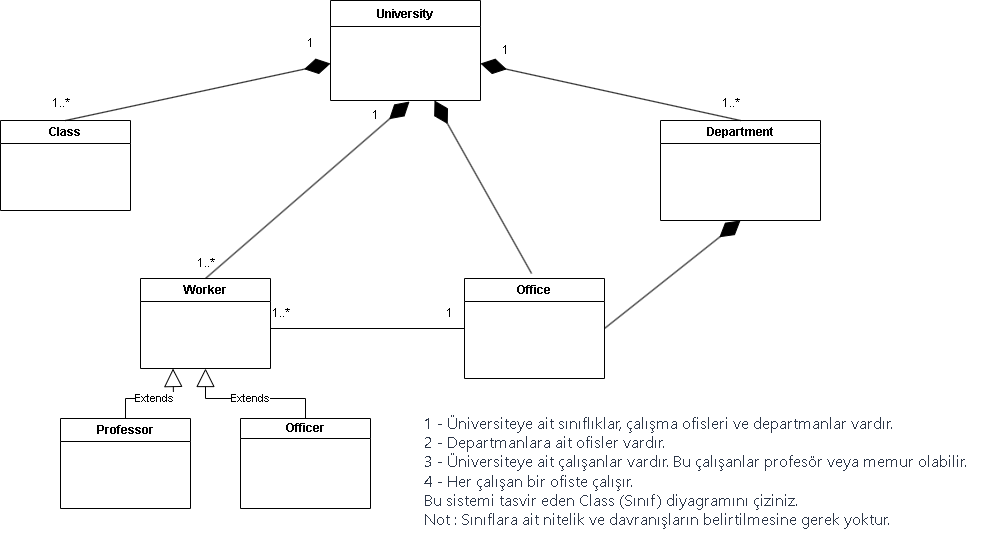
This is UniversityManager.drawio.png from jackwak/UML, a draw.io export, as it was before one commit. Source tidied: cells renumbered, new cells last; positions are measured from the earlier drawing's top-left corner, leaving out a move shared by most shapes.
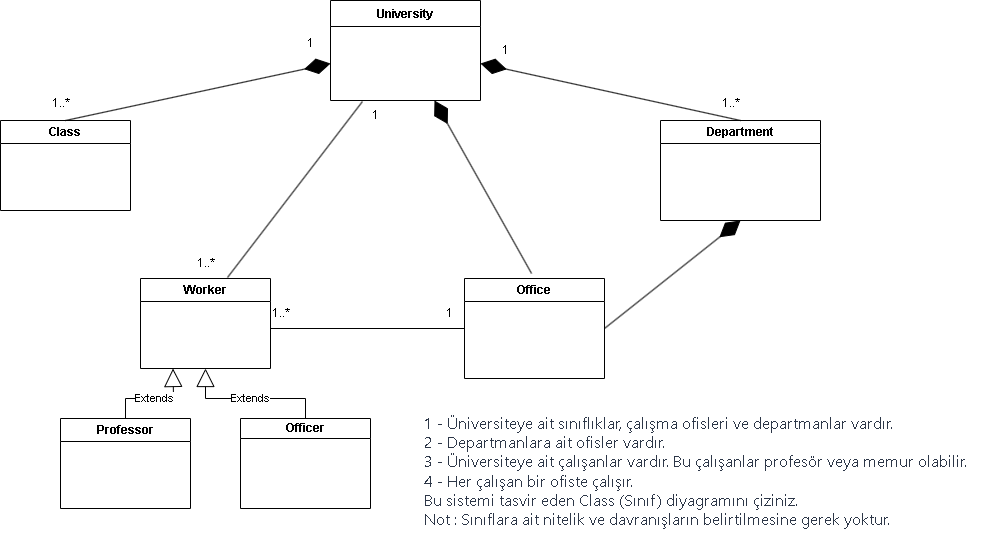
Later version of the same file.

The edit, as a diff of the source:
```diff
@@ -60,9 +60,6 @@
     <mxCell id="17" value="1..*" style="text;html=1;align=center;verticalAlign=middle;strokeColor=none;fillColor=none;" parent="1" vertex="1">
       <mxGeometry x="40" y="88" width="40" height="30" as="geometry" />
     </mxCell>
-    <mxCell id="18" style="endArrow=diamondThin;endFill=1;endSize=24;html=1;rounded=0;exitX=0.5;exitY=0;exitDx=0;exitDy=0;entryX=0.527;entryY=1.014;entryDx=0;entryDy=0;entryPerimeter=0;" parent="1" edge="1" source="9" target="3">
-      <mxGeometry relative="1" as="geometry" />
-    </mxCell>
     <mxCell id="19" value="1" style="text;html=1;align=center;verticalAlign=middle;strokeColor=none;fillColor=none;" parent="1" vertex="1">
       <mxGeometry x="360" y="100" width="30" height="30" as="geometry" />
     </mxCell>
@@ -92,5 +89,8 @@
         <mxPoint x="434" y="100" as="targetPoint" />
       </mxGeometry>
     </mxCell>
+    <mxCell id="27" style="endArrow=none;html=1;rounded=0;entryX=0.213;entryY=1.014;entryDx=0;entryDy=0;entryPerimeter=0;exitX=1.05;exitY=0.967;exitDx=0;exitDy=0;exitPerimeter=0;" parent="1" edge="1" source="20" target="3">
+      <mxGeometry relative="1" as="geometry" />
+    </mxCell>
   </root>
 </mxGraphModel>
```
